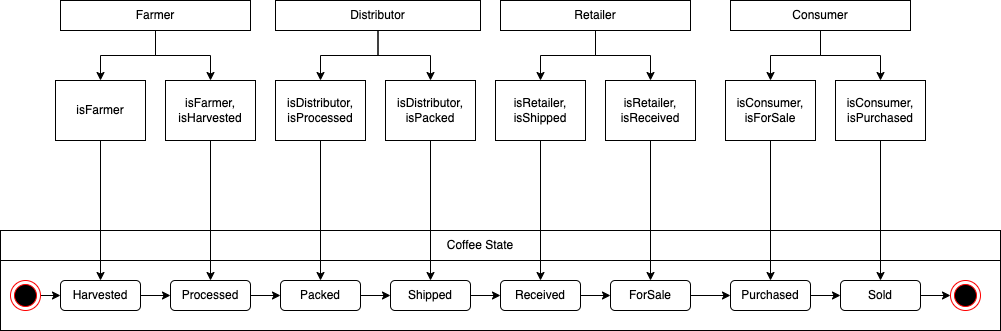
Above: images/uml/coffee_supply_state_diagram.drawio.png in carloliwanag/coffee-supply-chain-assignment-3 (draw.io), before the change. Source tidied: cells renumbered, new cells last; positions are measured from the earlier drawing's top-left corner, leaving out a move shared by most shapes.
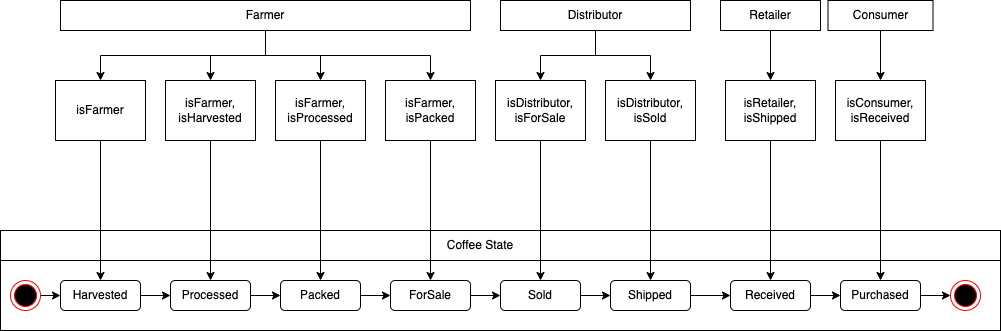
After the commit.

Change to the diagram source:
```diff
@@ -38,22 +38,22 @@
     <mxCell id="13" style="edgeStyle=orthogonalEdgeStyle;rounded=0;jettySize=auto;html=1;exitX=1;exitY=0.5;exitDx=0;exitDy=0;entryX=0;entryY=0.5;entryDx=0;entryDy=0;" parent="1" edge="1" source="14" target="16">
       <mxGeometry relative="1" as="geometry" />
     </mxCell>
-    <mxCell id="14" value="Shipped" style="rounded=1;whiteSpace=wrap;html=1;" parent="1" vertex="1">
+    <mxCell id="14" value="ForSale" style="rounded=1;whiteSpace=wrap;html=1;" parent="1" vertex="1">
       <mxGeometry x="390" y="280" width="80" height="30" as="geometry" />
     </mxCell>
     <mxCell id="15" style="edgeStyle=orthogonalEdgeStyle;rounded=0;jettySize=auto;html=1;exitX=1;exitY=0.5;exitDx=0;exitDy=0;entryX=0;entryY=0.5;entryDx=0;entryDy=0;" parent="1" edge="1" source="16" target="17">
       <mxGeometry relative="1" as="geometry" />
     </mxCell>
-    <mxCell id="16" value="Received" style="rounded=1;whiteSpace=wrap;html=1;" parent="1" vertex="1">
+    <mxCell id="16" value="Sold" style="rounded=1;whiteSpace=wrap;html=1;" parent="1" vertex="1">
       <mxGeometry x="500" y="280" width="80" height="30" as="geometry" />
     </mxCell>
-    <mxCell id="17" value="ForSale" style="rounded=1;whiteSpace=wrap;html=1;" parent="1" vertex="1">
+    <mxCell id="17" value="Shipped" style="rounded=1;whiteSpace=wrap;html=1;" parent="1" vertex="1">
       <mxGeometry x="610" y="280" width="80" height="30" as="geometry" />
     </mxCell>
     <mxCell id="18" style="edgeStyle=orthogonalEdgeStyle;rounded=0;jettySize=auto;html=1;exitX=1;exitY=0.5;exitDx=0;exitDy=0;entryX=0;entryY=0.5;entryDx=0;entryDy=0;" parent="1" edge="1" source="19" target="6">
       <mxGeometry relative="1" as="geometry" />
     </mxCell>
-    <mxCell id="19" value="Sold" style="rounded=1;whiteSpace=wrap;html=1;" parent="1" vertex="1">
+    <mxCell id="19" value="Purchased" style="rounded=1;whiteSpace=wrap;html=1;" parent="1" vertex="1">
       <mxGeometry x="840" y="280" width="80" height="30" as="geometry" />
     </mxCell>
     <mxCell id="20" style="edgeStyle=orthogonalEdgeStyle;rounded=0;jettySize=auto;html=1;exitX=1;exitY=0.5;exitDx=0;exitDy=0;entryX=0;entryY=0.5;entryDx=0;entryDy=0;" parent="1" edge="1" source="17" target="22">
@@ -62,7 +62,7 @@
     <mxCell id="21" style="edgeStyle=orthogonalEdgeStyle;rounded=0;jettySize=auto;html=1;exitX=1;exitY=0.5;exitDx=0;exitDy=0;entryX=0;entryY=0.5;entryDx=0;entryDy=0;" parent="1" edge="1" source="22" target="19">
       <mxGeometry relative="1" as="geometry" />
     </mxCell>
-    <mxCell id="22" value="Purchased" style="rounded=1;whiteSpace=wrap;html=1;" parent="1" vertex="1">
+    <mxCell id="22" value="Received" style="rounded=1;whiteSpace=wrap;html=1;" parent="1" vertex="1">
       <mxGeometry x="730" y="280" width="80" height="30" as="geometry" />
     </mxCell>
     <mxCell id="23" style="edgeStyle=orthogonalEdgeStyle;rounded=0;jettySize=auto;html=1;exitX=0.5;exitY=1;exitDx=0;exitDy=0;entryX=0.5;entryY=0;entryDx=0;entryDy=0;" parent="1" edge="1" source="25" target="37">
@@ -71,38 +71,32 @@
     <mxCell id="24" style="edgeStyle=orthogonalEdgeStyle;rounded=0;jettySize=auto;html=1;exitX=0.5;exitY=1;exitDx=0;exitDy=0;" parent="1" edge="1" source="25" target="39">
       <mxGeometry relative="1" as="geometry" />
     </mxCell>
+    <mxCell id="52" style="edgeStyle=orthogonalEdgeStyle;rounded=0;jettySize=auto;html=1;exitX=0.5;exitY=1;exitDx=0;exitDy=0;entryX=0.5;entryY=0;entryDx=0;entryDy=0;" parent="1" edge="1" source="25" target="41">
+      <mxGeometry relative="1" as="geometry" />
+    </mxCell>
+    <mxCell id="53" style="edgeStyle=orthogonalEdgeStyle;rounded=0;jettySize=auto;html=1;exitX=0.5;exitY=1;exitDx=0;exitDy=0;entryX=0.5;entryY=0;entryDx=0;entryDy=0;" parent="1" edge="1" source="25" target="43">
+      <mxGeometry relative="1" as="geometry" />
+    </mxCell>
     <mxCell id="25" value="Farmer" style="rounded=0;whiteSpace=wrap;html=1;" parent="1" vertex="1">
-      <mxGeometry x="60" width="190" height="30" as="geometry" />
+      <mxGeometry x="60" width="410" height="30" as="geometry" />
     </mxCell>
-    <mxCell id="26" style="edgeStyle=orthogonalEdgeStyle;rounded=0;jettySize=auto;html=1;exitX=0.5;exitY=1;exitDx=0;exitDy=0;entryX=0.5;entryY=0;entryDx=0;entryDy=0;" parent="1" edge="1" source="28" target="41">
-      <mxGeometry relative="1" as="geometry" />
-    </mxCell>
-    <mxCell id="27" style="edgeStyle=orthogonalEdgeStyle;rounded=0;jettySize=auto;html=1;exitX=0.5;exitY=1;exitDx=0;exitDy=0;entryX=0.5;entryY=0;entryDx=0;entryDy=0;" parent="1" edge="1" source="28" target="43">
-      <mxGeometry relative="1" as="geometry" />
-    </mxCell>
-    <mxCell id="28" value="Distributor" style="rounded=0;whiteSpace=wrap;html=1;" parent="1" vertex="1">
-      <mxGeometry x="275" width="205" height="30" as="geometry" />
-    </mxCell>
     <mxCell id="29" style="edgeStyle=orthogonalEdgeStyle;rounded=0;jettySize=auto;html=1;exitX=0.5;exitY=1;exitDx=0;exitDy=0;entryX=0.5;entryY=0;entryDx=0;entryDy=0;" parent="1" edge="1" source="31" target="45">
       <mxGeometry relative="1" as="geometry" />
     </mxCell>
     <mxCell id="30" style="edgeStyle=orthogonalEdgeStyle;rounded=0;jettySize=auto;html=1;exitX=0.5;exitY=1;exitDx=0;exitDy=0;entryX=0.5;entryY=0;entryDx=0;entryDy=0;" parent="1" edge="1" source="31" target="47">
       <mxGeometry relative="1" as="geometry" />
     </mxCell>
-    <mxCell id="31" value="Retailer" style="rounded=0;whiteSpace=wrap;html=1;" parent="1" vertex="1">
+    <mxCell id="31" value="Distributor" style="rounded=0;whiteSpace=wrap;html=1;" parent="1" vertex="1">
       <mxGeometry x="500" width="190" height="30" as="geometry" />
     </mxCell>
     <mxCell id="32" value="Coffee State" style="text;html=1;strokeColor=none;fillColor=none;align=center;verticalAlign=middle;whiteSpace=wrap;rounded=0;" parent="1" vertex="1">
       <mxGeometry x="430" y="230" width="100" height="30" as="geometry" />
     </mxCell>
-    <mxCell id="33" style="edgeStyle=orthogonalEdgeStyle;rounded=0;jettySize=auto;html=1;exitX=0.5;exitY=1;exitDx=0;exitDy=0;entryX=0.5;entryY=0;entryDx=0;entryDy=0;" parent="1" edge="1" source="35" target="49">
-      <mxGeometry relative="1" as="geometry" />
-    </mxCell>
     <mxCell id="34" style="edgeStyle=orthogonalEdgeStyle;rounded=0;jettySize=auto;html=1;exitX=0.5;exitY=1;exitDx=0;exitDy=0;entryX=0.5;entryY=0;entryDx=0;entryDy=0;" parent="1" edge="1" source="35" target="51">
       <mxGeometry relative="1" as="geometry" />
     </mxCell>
     <mxCell id="35" value="Consumer" style="rounded=0;whiteSpace=wrap;html=1;" parent="1" vertex="1">
-      <mxGeometry x="730" width="180" height="30" as="geometry" />
+      <mxGeometry x="827.5" width="105" height="30" as="geometry" />
     </mxCell>
     <mxCell id="36" style="edgeStyle=orthogonalEdgeStyle;rounded=0;jettySize=auto;html=1;exitX=0.5;exitY=1;exitDx=0;exitDy=0;entryX=0.5;entryY=0;entryDx=0;entryDy=0;" parent="1" edge="1" source="37" target="8">
       <mxGeometry relative="1" as="geometry" />
@@ -119,38 +113,44 @@
     <mxCell id="40" style="edgeStyle=orthogonalEdgeStyle;rounded=0;jettySize=auto;html=1;exitX=0.5;exitY=1;exitDx=0;exitDy=0;entryX=0.5;entryY=0;entryDx=0;entryDy=0;" parent="1" edge="1" source="41" target="12">
       <mxGeometry relative="1" as="geometry" />
     </mxCell>
-    <mxCell id="41" value="isDistributor, isProcessed" style="rounded=0;whiteSpace=wrap;html=1;" parent="1" vertex="1">
+    <mxCell id="41" value="isFarmer, isProcessed" style="rounded=0;whiteSpace=wrap;html=1;" parent="1" vertex="1">
       <mxGeometry x="275" y="80" width="90" height="60" as="geometry" />
     </mxCell>
     <mxCell id="42" style="edgeStyle=orthogonalEdgeStyle;rounded=0;jettySize=auto;html=1;exitX=0.5;exitY=1;exitDx=0;exitDy=0;entryX=0.5;entryY=0;entryDx=0;entryDy=0;" parent="1" edge="1" source="43" target="14">
       <mxGeometry relative="1" as="geometry" />
     </mxCell>
-    <mxCell id="43" value="isDistributor, isPacked" style="rounded=0;whiteSpace=wrap;html=1;" parent="1" vertex="1">
+    <mxCell id="43" value="isFarmer, isPacked" style="rounded=0;whiteSpace=wrap;html=1;" parent="1" vertex="1">
       <mxGeometry x="385" y="80" width="90" height="60" as="geometry" />
     </mxCell>
     <mxCell id="44" style="edgeStyle=orthogonalEdgeStyle;rounded=0;jettySize=auto;html=1;exitX=0.5;exitY=1;exitDx=0;exitDy=0;entryX=0.5;entryY=0;entryDx=0;entryDy=0;" parent="1" edge="1" source="45" target="16">
       <mxGeometry relative="1" as="geometry" />
     </mxCell>
-    <mxCell id="45" value="isRetailer, isShipped" style="rounded=0;whiteSpace=wrap;html=1;" parent="1" vertex="1">
+    <mxCell id="45" value="isDistributor, isForSale" style="rounded=0;whiteSpace=wrap;html=1;" parent="1" vertex="1">
       <mxGeometry x="495" y="80" width="90" height="60" as="geometry" />
     </mxCell>
     <mxCell id="46" style="edgeStyle=orthogonalEdgeStyle;rounded=0;jettySize=auto;html=1;exitX=0.5;exitY=1;exitDx=0;exitDy=0;entryX=0.5;entryY=0;entryDx=0;entryDy=0;" parent="1" edge="1" source="47" target="17">
       <mxGeometry relative="1" as="geometry" />
     </mxCell>
-    <mxCell id="47" value="isRetailer, isReceived" style="rounded=0;whiteSpace=wrap;html=1;" parent="1" vertex="1">
+    <mxCell id="47" value="isDistributor, isSold" style="rounded=0;whiteSpace=wrap;html=1;" parent="1" vertex="1">
       <mxGeometry x="605" y="80" width="90" height="60" as="geometry" />
     </mxCell>
     <mxCell id="48" style="edgeStyle=orthogonalEdgeStyle;rounded=0;jettySize=auto;html=1;exitX=0.5;exitY=1;exitDx=0;exitDy=0;entryX=0.5;entryY=0;entryDx=0;entryDy=0;" parent="1" edge="1" source="49" target="22">
       <mxGeometry relative="1" as="geometry" />
     </mxCell>
-    <mxCell id="49" value="isConsumer, isForSale" style="rounded=0;whiteSpace=wrap;html=1;" parent="1" vertex="1">
+    <mxCell id="49" value="isRetailer, isShipped" style="rounded=0;whiteSpace=wrap;html=1;" parent="1" vertex="1">
       <mxGeometry x="725" y="80" width="90" height="60" as="geometry" />
     </mxCell>
     <mxCell id="50" style="edgeStyle=orthogonalEdgeStyle;rounded=0;jettySize=auto;html=1;exitX=0.5;exitY=1;exitDx=0;exitDy=0;entryX=0.5;entryY=0;entryDx=0;entryDy=0;" parent="1" edge="1" source="51" target="19">
       <mxGeometry relative="1" as="geometry" />
     </mxCell>
-    <mxCell id="51" value="isConsumer, isPurchased" style="rounded=0;whiteSpace=wrap;html=1;" parent="1" vertex="1">
+    <mxCell id="51" value="isConsumer, isReceived" style="rounded=0;whiteSpace=wrap;html=1;" parent="1" vertex="1">
       <mxGeometry x="835" y="80" width="90" height="60" as="geometry" />
     </mxCell>
+    <mxCell id="54" style="edgeStyle=orthogonalEdgeStyle;rounded=0;jettySize=auto;html=1;exitX=0.5;exitY=1;exitDx=0;exitDy=0;entryX=0.5;entryY=0;entryDx=0;entryDy=0;" parent="1" edge="1" source="55" target="49">
+      <mxGeometry relative="1" as="geometry" />
+    </mxCell>
+    <mxCell id="55" value="Retailer" style="rounded=0;whiteSpace=wrap;html=1;" parent="1" vertex="1">
+      <mxGeometry x="720" width="100" height="30" as="geometry" />
+    </mxCell>
   </root>
 </mxGraphModel>
```
